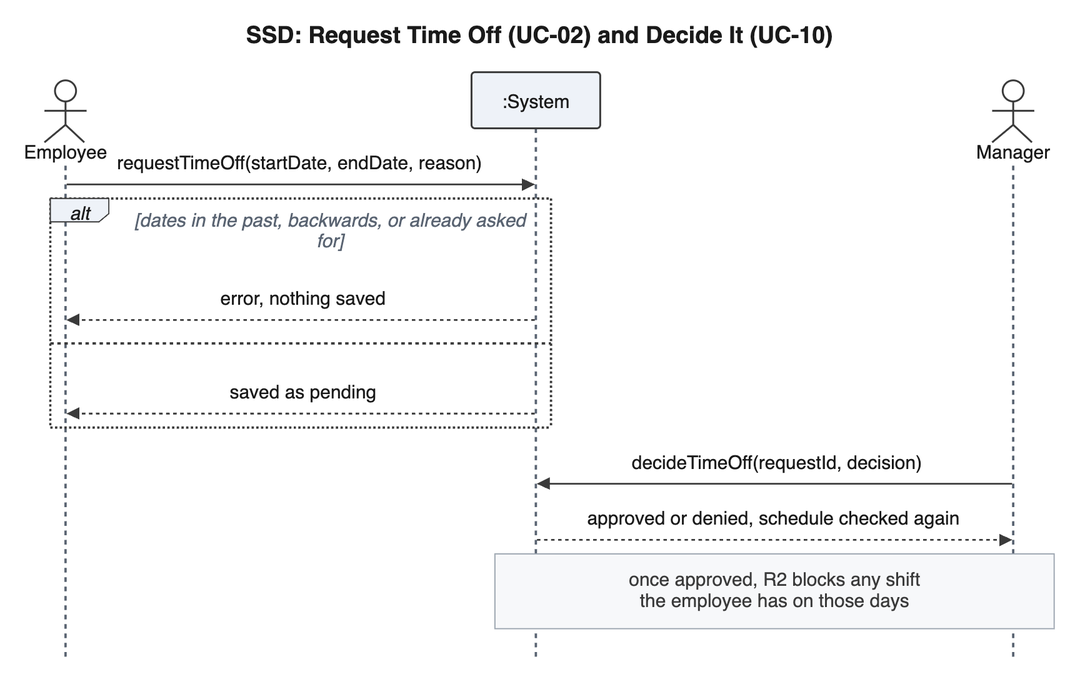
This is diagrams/images/requirements/ssd_timeoff.png from perfettiful/ShiftChex, a Mermaid export, as it was before one commit. Its source is kept beside it as diagrams/mmd/requirements/ssd_timeoff.mmd.
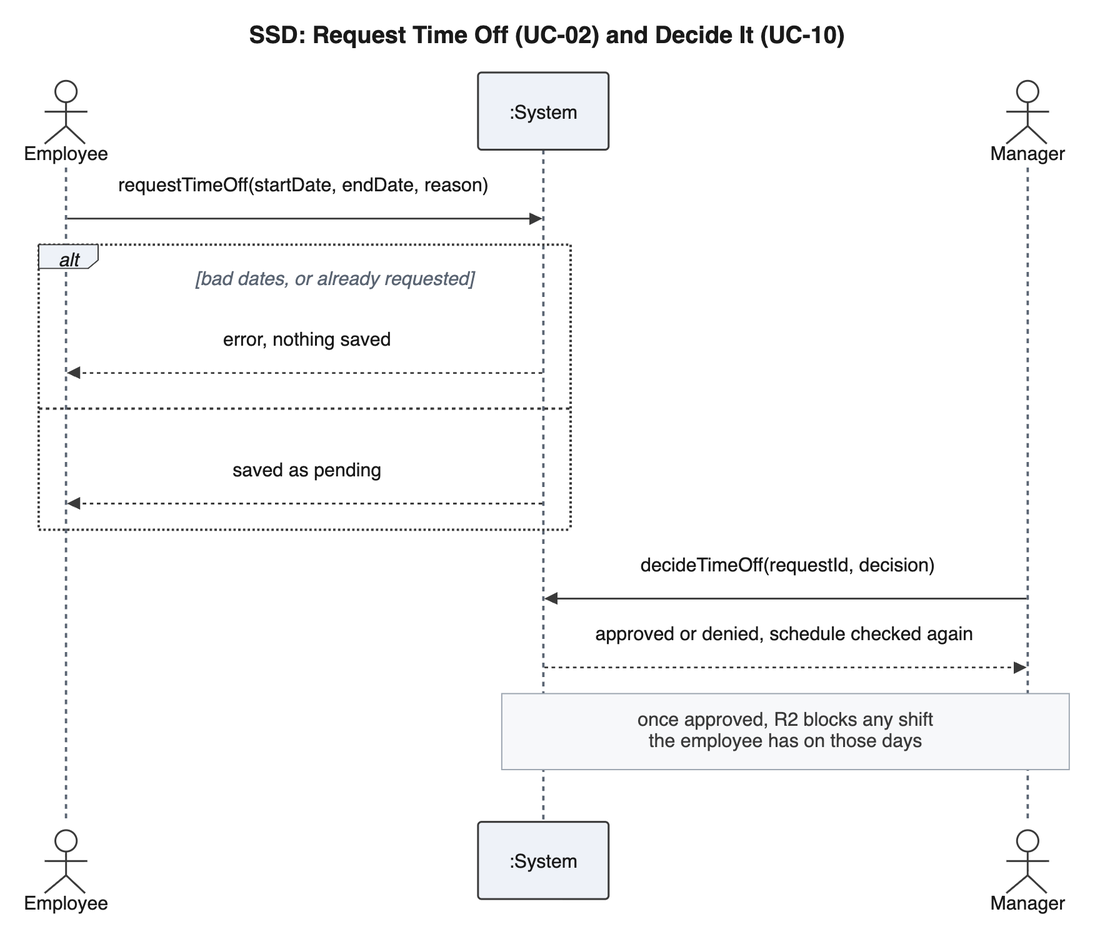
The same file after the commit.

Diff of the diagram source:
```diff
@@ -6,7 +6,7 @@
     participant System as :System
     actor Manager
     Employee->>System: requestTimeOff(startDate, endDate, reason)
-    alt dates in the past, backwards, or already asked for
+    alt bad dates, or already requested
         System-->>Employee: error, nothing saved
     else
         System-->>Employee: saved as pending
```
